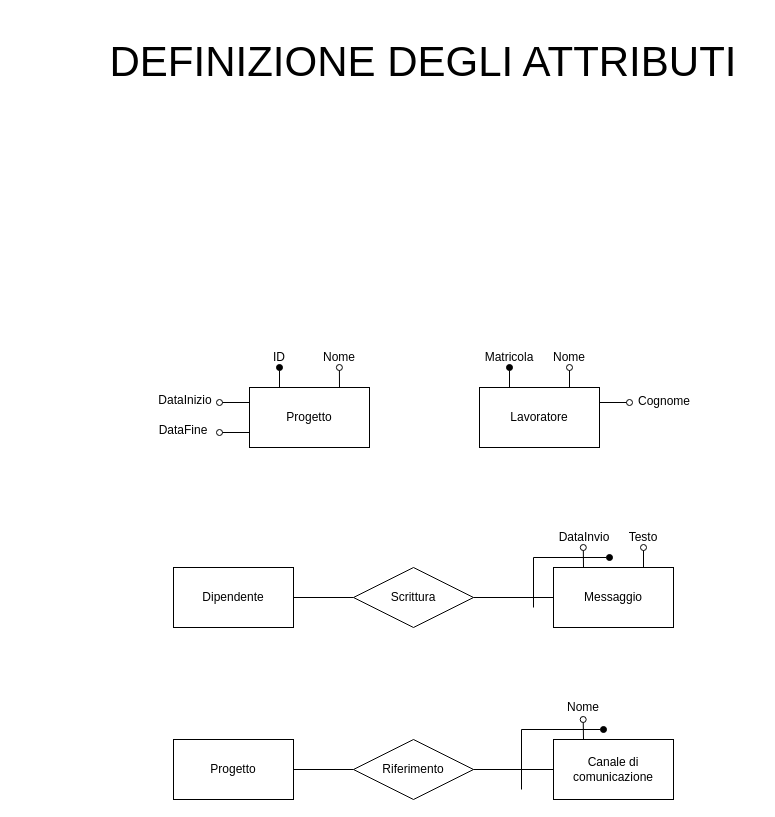
This is page "definizione-attributi" (2 of 4) of Relazione/Schema ER/scheletro.drawio from martafra/BD-Chat-Multicanale, a draw.io file, before an edit. Source tidied: cells renumbered, new cells numbered last; positions are measured from the earlier drawing's top-left corner, leaving out a move shared by most shapes. Both pictures are drawn from the tidied source at 100%, with x=0, y=0 at pixel (88, 17).
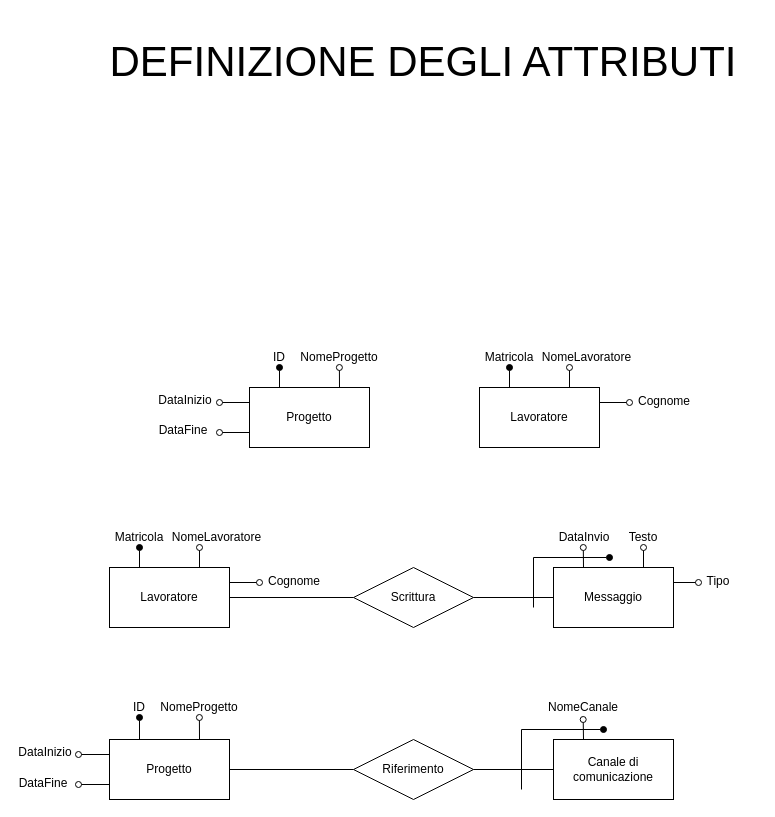
The same diagram, later.

The change refers to these unchanged cells:
```xml
<mxCell id="23" value="Messaggio" style="rounded=0;whiteSpace=wrap;html=1;" parent="1" vertex="1">
  <mxGeometry x="465" y="550" width="120" height="60" as="geometry" />
</mxCell>
<mxCell id="25" value="Scrittura" style="shape=rhombus;perimeter=rhombusPerimeter;whiteSpace=wrap;html=1;align=center;" parent="1" vertex="1">
  <mxGeometry x="265" y="550" width="120" height="60" as="geometry" />
</mxCell>
```

Diff of the diagram source:
```diff
@@
-    <mxCell id="9" value="Nome" style="text;html=1;strokeColor=none;fillColor=none;align=center;verticalAlign=middle;whiteSpace=wrap;rounded=0;" parent="1" vertex="1">
+    <mxCell id="9" value="NomeProgetto" style="text;html=1;strokeColor=none;fillColor=none;align=center;verticalAlign=middle;whiteSpace=wrap;rounded=0;" parent="1" vertex="1">
       <mxGeometry x="231" y="330" width="40" height="20" as="geometry" />
     </mxCell>
@@
-    <mxCell id="17" value="Nome" style="text;html=1;strokeColor=none;fillColor=none;align=center;verticalAlign=middle;whiteSpace=wrap;rounded=0;" parent="1" vertex="1">
-      <mxGeometry x="461" y="330" width="40" height="20" as="geometry" />
+    <mxCell id="17" value="NomeLavoratore" style="text;html=1;strokeColor=none;fillColor=none;align=center;verticalAlign=middle;whiteSpace=wrap;rounded=0;" parent="1" vertex="1">
+      <mxGeometry x="453.5" y="330" width="89" height="20" as="geometry" />
     </mxCell>
@@
-    <mxCell id="19" style="edgeStyle=orthogonalEdgeStyle;rounded=0;jettySize=auto;html=1;exitX=1;exitY=0.5;exitDx=0;exitDy=0;entryX=0;entryY=0.5;entryDx=0;entryDy=0;endArrow=none;endFill=0;" parent="1" edge="1" source="20" target="25">
+    <mxCell id="19" style="edgeStyle=orthogonalEdgeStyle;rounded=0;jettySize=auto;html=1;exitX=1;exitY=0.5;exitDx=0;exitDy=0;entryX=0;entryY=0.5;entryDx=0;entryDy=0;endArrow=none;endFill=0;" parent="1" edge="1" source="41" target="25">
       <mxGeometry relative="1" as="geometry" />
     </mxCell>
-    <mxCell id="20" value="Dipendente" style="rounded=0;whiteSpace=wrap;html=1;" parent="1" vertex="1">
-      <mxGeometry x="85" y="550" width="120" height="60" as="geometry" />
-    </mxCell>
@@
+    <mxCell id="37" style="edgeStyle=orthogonalEdgeStyle;rounded=0;jettySize=auto;html=1;exitX=1;exitY=0.25;exitDx=0;exitDy=0;endArrow=oval;endFill=0;" parent="1" edge="1" source="23">
+      <mxGeometry relative="1" as="geometry">
+        <mxPoint x="610" y="565" as="targetPoint" />
+      </mxGeometry>
+    </mxCell>
@@
-    <mxCell id="29" value="Progetto" style="rounded=0;whiteSpace=wrap;html=1;" parent="1" vertex="1">
-      <mxGeometry x="85" y="722" width="120" height="60" as="geometry" />
-    </mxCell>
@@
-    <mxCell id="36" value="Nome" style="text;html=1;strokeColor=none;fillColor=none;align=center;verticalAlign=middle;whiteSpace=wrap;rounded=0;" parent="1" vertex="1">
+    <mxCell id="36" value="NomeCanale" style="text;html=1;strokeColor=none;fillColor=none;align=center;verticalAlign=middle;whiteSpace=wrap;rounded=0;" parent="1" vertex="1">
       <mxGeometry x="475" y="680" width="40" height="20" as="geometry" />
     </mxCell>
+    <mxCell id="38" style="edgeStyle=orthogonalEdgeStyle;rounded=0;jettySize=auto;html=1;exitX=0.25;exitY=0;exitDx=0;exitDy=0;endArrow=oval;endFill=1;" parent="1" edge="1" source="41">
+      <mxGeometry relative="1" as="geometry">
+        <mxPoint x="51" y="530" as="targetPoint" />
+      </mxGeometry>
+    </mxCell>
+    <mxCell id="39" style="edgeStyle=orthogonalEdgeStyle;rounded=0;jettySize=auto;html=1;exitX=0.75;exitY=0;exitDx=0;exitDy=0;endArrow=oval;endFill=0;" parent="1" edge="1" source="41">
+      <mxGeometry relative="1" as="geometry">
+        <mxPoint x="111" y="530" as="targetPoint" />
+      </mxGeometry>
+    </mxCell>
+    <mxCell id="40" style="edgeStyle=orthogonalEdgeStyle;rounded=0;jettySize=auto;html=1;exitX=1;exitY=0.25;exitDx=0;exitDy=0;endArrow=oval;endFill=0;" parent="1" edge="1" source="41">
+      <mxGeometry relative="1" as="geometry">
+        <mxPoint x="171" y="565" as="targetPoint" />
+      </mxGeometry>
+    </mxCell>
+    <mxCell id="41" value="Lavoratore" style="rounded=0;whiteSpace=wrap;html=1;" parent="1" vertex="1">
+      <mxGeometry x="21" y="550" width="120" height="60" as="geometry" />
+    </mxCell>
+    <mxCell id="42" value="Matricola" style="text;html=1;strokeColor=none;fillColor=none;align=center;verticalAlign=middle;whiteSpace=wrap;rounded=0;" parent="1" vertex="1">
+      <mxGeometry x="31" y="510" width="40" height="20" as="geometry" />
+    </mxCell>
+    <mxCell id="43" value="NomeLavoratore" style="text;html=1;strokeColor=none;fillColor=none;align=center;verticalAlign=middle;whiteSpace=wrap;rounded=0;" parent="1" vertex="1">
+      <mxGeometry x="83.5" y="510" width="89" height="20" as="geometry" />
+    </mxCell>
+    <mxCell id="44" value="Cognome" style="text;html=1;strokeColor=none;fillColor=none;align=center;verticalAlign=middle;whiteSpace=wrap;rounded=0;" parent="1" vertex="1">
+      <mxGeometry x="181" y="554" width="50" height="20" as="geometry" />
+    </mxCell>
+    <mxCell id="45" style="edgeStyle=orthogonalEdgeStyle;rounded=0;jettySize=auto;html=1;exitX=0.25;exitY=0;exitDx=0;exitDy=0;endArrow=oval;endFill=1;" parent="1" edge="1" source="29">
+      <mxGeometry relative="1" as="geometry">
+        <mxPoint x="51" y="700" as="targetPoint" />
+      </mxGeometry>
+    </mxCell>
+    <mxCell id="46" style="edgeStyle=orthogonalEdgeStyle;rounded=0;jettySize=auto;html=1;exitX=0.75;exitY=0;exitDx=0;exitDy=0;endArrow=oval;endFill=0;" parent="1" edge="1" source="29">
+      <mxGeometry relative="1" as="geometry">
+        <mxPoint x="110.9" y="700" as="targetPoint" />
+      </mxGeometry>
+    </mxCell>
+    <mxCell id="47" style="edgeStyle=orthogonalEdgeStyle;rounded=0;jettySize=auto;html=1;exitX=0;exitY=0.25;exitDx=0;exitDy=0;endArrow=oval;endFill=0;" parent="1" edge="1" source="29">
+      <mxGeometry relative="1" as="geometry">
+        <mxPoint x="-10" y="737" as="targetPoint" />
+      </mxGeometry>
+    </mxCell>
+    <mxCell id="48" style="edgeStyle=orthogonalEdgeStyle;rounded=0;jettySize=auto;html=1;exitX=0;exitY=0.75;exitDx=0;exitDy=0;endArrow=oval;endFill=0;" parent="1" edge="1" source="29">
+      <mxGeometry relative="1" as="geometry">
+        <mxPoint x="-10" y="767" as="targetPoint" />
+      </mxGeometry>
+    </mxCell>
+    <mxCell id="29" value="Progetto" style="rounded=0;whiteSpace=wrap;html=1;" parent="1" vertex="1">
+      <mxGeometry x="21" y="722" width="120" height="60" as="geometry" />
+    </mxCell>
+    <mxCell id="49" value="ID" style="text;html=1;strokeColor=none;fillColor=none;align=center;verticalAlign=middle;whiteSpace=wrap;rounded=0;" parent="1" vertex="1">
+      <mxGeometry x="31" y="680" width="40" height="20" as="geometry" />
+    </mxCell>
+    <mxCell id="50" value="NomeProgetto" style="text;html=1;strokeColor=none;fillColor=none;align=center;verticalAlign=middle;whiteSpace=wrap;rounded=0;" parent="1" vertex="1">
+      <mxGeometry x="91" y="680" width="40" height="20" as="geometry" />
+    </mxCell>
+    <mxCell id="51" value="DataInizio" style="text;html=1;strokeColor=none;fillColor=none;align=center;verticalAlign=middle;whiteSpace=wrap;rounded=0;" parent="1" vertex="1">
+      <mxGeometry x="-71" y="725" width="56" height="20" as="geometry" />
+    </mxCell>
+    <mxCell id="52" value="DataFine" style="text;html=1;strokeColor=none;fillColor=none;align=center;verticalAlign=middle;whiteSpace=wrap;rounded=0;" parent="1" vertex="1">
+      <mxGeometry x="-69" y="756" width="48" height="20" as="geometry" />
+    </mxCell>
+    <mxCell id="53" value="Tipo" style="text;html=1;strokeColor=none;fillColor=none;align=center;verticalAlign=middle;whiteSpace=wrap;rounded=0;" parent="1" vertex="1">
+      <mxGeometry x="610" y="554" width="40" height="20" as="geometry" />
+    </mxCell>
```
